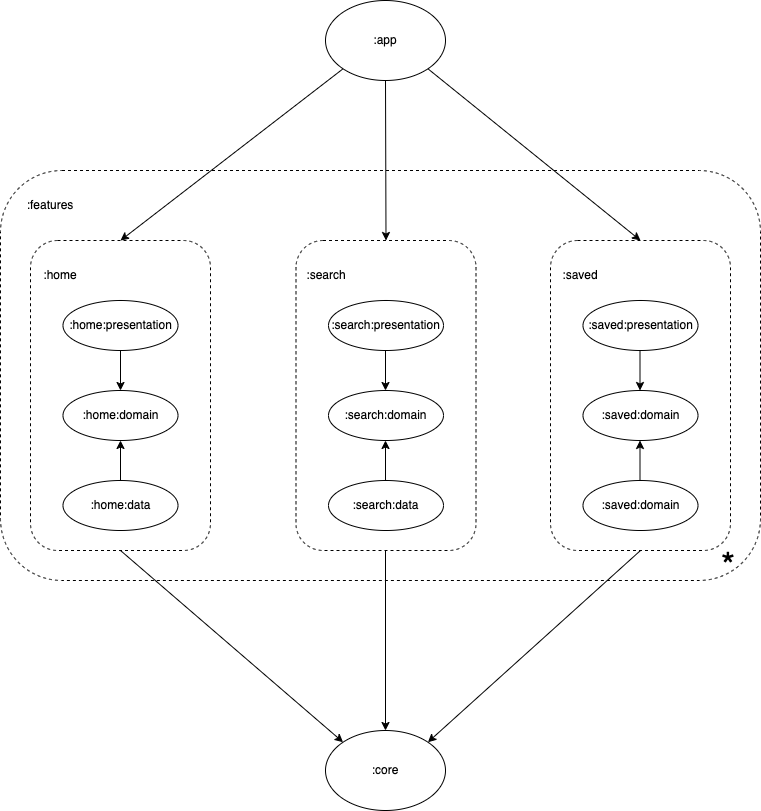
sahianmol1/Bronco-for-Reddit keeps this draw.io diagram as docs/images/coremodulegraph/high_level_architecture.png. Above is the earlier version. Source tidied: cells renumbered, new cells last; positions are measured from the earlier drawing's top-left corner, leaving out a move shared by most shapes.
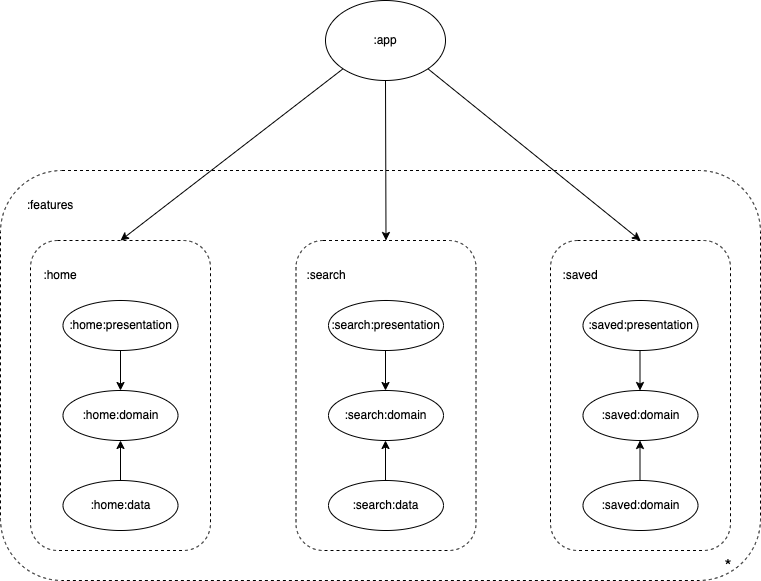
The same diagram one commit later.

What changed in the source:
```diff
@@ -86,9 +86,6 @@
         <mxPoint x="639.5" y="440" as="targetPoint" />
       </mxGeometry>
     </mxCell>
-    <mxCell id="26" value=":core" style="ellipse;whiteSpace=wrap;html=1;" parent="1" vertex="1">
-      <mxGeometry x="325" y="730" width="120" height="80" as="geometry" />
-    </mxCell>
     <mxCell id="27" style="endArrow=classic;html=1;rounded=0;exitX=0;exitY=1;exitDx=0;exitDy=0;entryX=0.5;entryY=0;entryDx=0;entryDy=0;" parent="1" edge="1" source="2" target="5">
       <mxGeometry relative="1" as="geometry" />
     </mxCell>
@@ -98,18 +95,7 @@
     <mxCell id="29" style="endArrow=classic;html=1;rounded=0;exitX=1;exitY=1;exitDx=0;exitDy=0;entryX=0.5;entryY=0;entryDx=0;entryDy=0;" parent="1" edge="1" source="2" target="13">
       <mxGeometry relative="1" as="geometry" />
     </mxCell>
-    <mxCell id="30" style="endArrow=classic;html=1;rounded=0;exitX=0.5;exitY=1;exitDx=0;exitDy=0;entryX=0;entryY=0;entryDx=0;entryDy=0;" parent="1" edge="1" source="5" target="26">
-      <mxGeometry relative="1" as="geometry" />
-    </mxCell>
-    <mxCell id="31" style="endArrow=classic;html=1;rounded=0;entryX=0.5;entryY=0;entryDx=0;entryDy=0;" parent="1" edge="1" target="26">
-      <mxGeometry relative="1" as="geometry">
-        <mxPoint x="385" y="550" as="sourcePoint" />
-      </mxGeometry>
-    </mxCell>
-    <mxCell id="32" style="endArrow=classic;html=1;rounded=0;exitX=0.5;exitY=1;exitDx=0;exitDy=0;entryX=1;entryY=0;entryDx=0;entryDy=0;" parent="1" edge="1" source="13" target="26">
-      <mxGeometry relative="1" as="geometry" />
-    </mxCell>
-    <mxCell id="33" value="&lt;font style=&quot;font-size: 36px;&quot;&gt;*&lt;/font&gt;" style="text;html=1;align=center;verticalAlign=middle;whiteSpace=wrap;rounded=0;" parent="1" vertex="1">
+    <mxCell id="33" value="&lt;font style=&quot;font-size: 18px;&quot;&gt;*&lt;/font&gt;" style="text;html=1;align=center;verticalAlign=middle;whiteSpace=wrap;rounded=0;" parent="1" vertex="1">
       <mxGeometry x="697.5" y="550" width="60" height="30" as="geometry" />
     </mxCell>
   </root>
```
